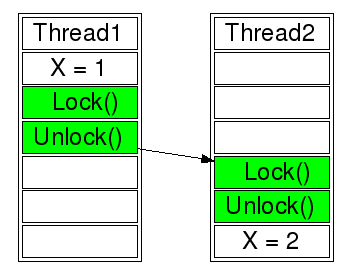
spurious/ThreadSanitizer-mirror keeps this Graphviz diagram as msm/purehb1.png. Above is the earlier version. Its source is kept beside it as msm/purehb1.dot.
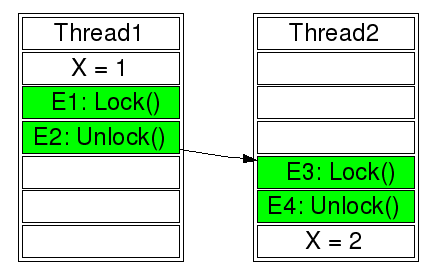
After the change.

Commit message:
purehb examples

Change to the diagram source:
```diff
@@ -4,8 +4,8 @@
    T1  [label=<<TABLE BGCOLOR="white">
       <tr>  <td port="0"> Thread1 </td> </tr>
       <tr>  <td> X = 1 </td> </tr>
-      <tr>  <td bgcolor="green" port="lock">   Lock() </td> </tr>
-      <tr>  <td bgcolor="green" port="unlock"> Unlock() </td> </tr>
+      <tr>  <td bgcolor="green" port="lock">   E1: Lock() </td> </tr>
+      <tr>  <td bgcolor="green" port="unlock"> E2: Unlock() </td> </tr>
       <tr>  <td >   </td> </tr>
       <tr>  <td >   </td> </tr>
       <tr>  <td port="end">   </td> </tr>
@@ -17,8 +17,8 @@
       <tr>  <td >   </td> </tr>
       <tr>  <td >   </td> </tr>
       <tr>  <td >   </td> </tr>
-      <tr>  <td bgcolor="green" port="lock">   Lock() </td> </tr>
-      <tr>  <td bgcolor="green" port="unlock"> Unlock() </td> </tr>
+      <tr>  <td bgcolor="green" port="lock">   E3: Lock() </td> </tr>
+      <tr>  <td bgcolor="green" port="unlock"> E4: Unlock() </td> </tr>
       <tr>  <td port="end"> X = 2 </td> </tr>
       </TABLE>>
     ]
```
